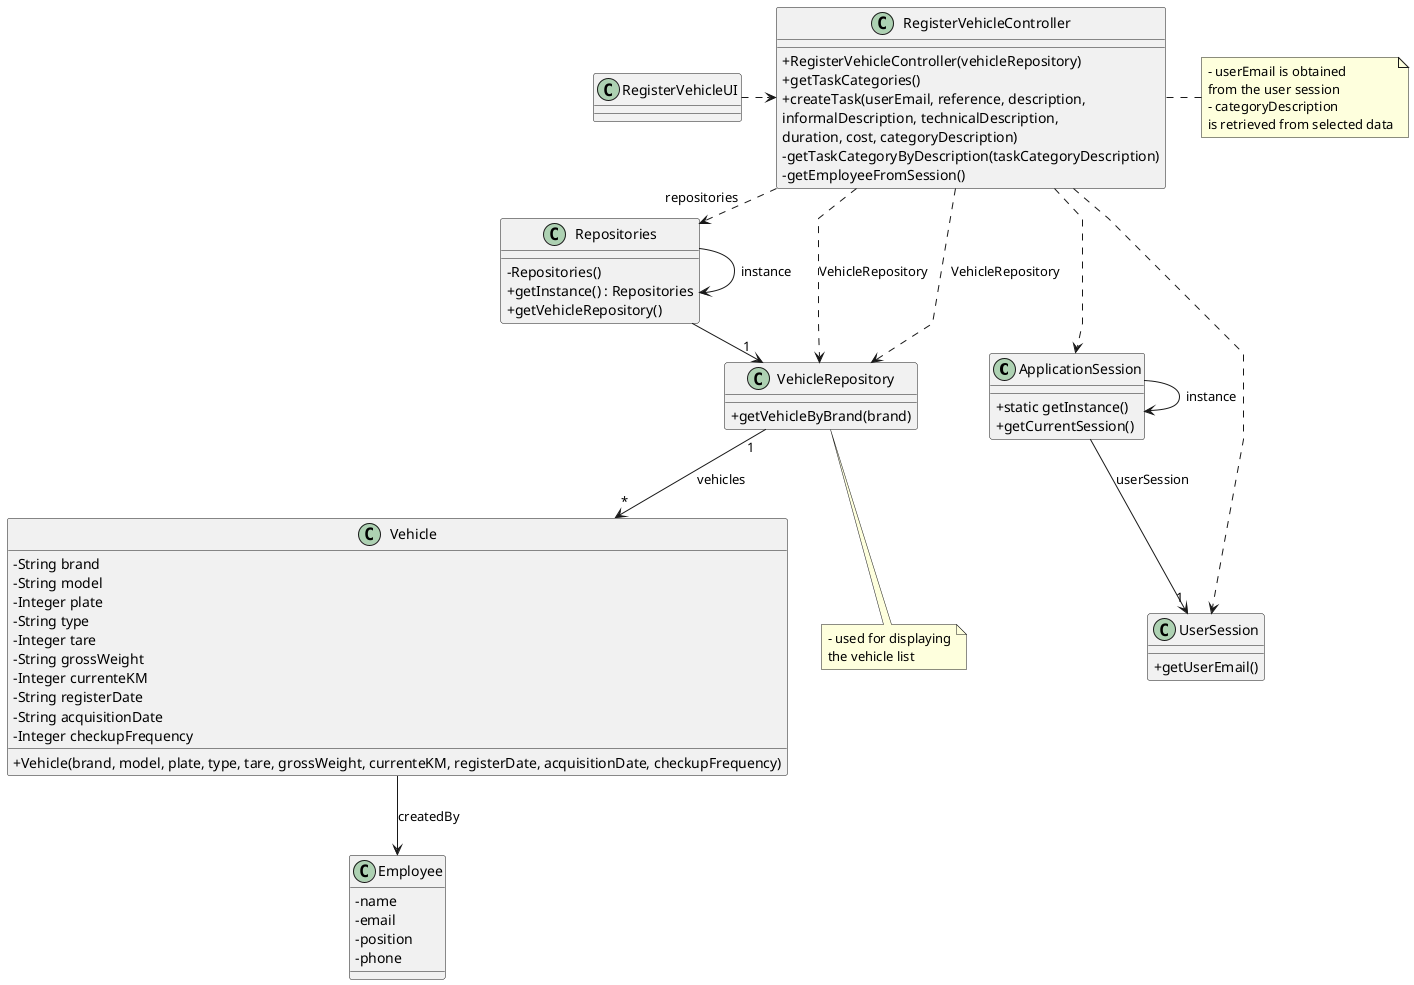
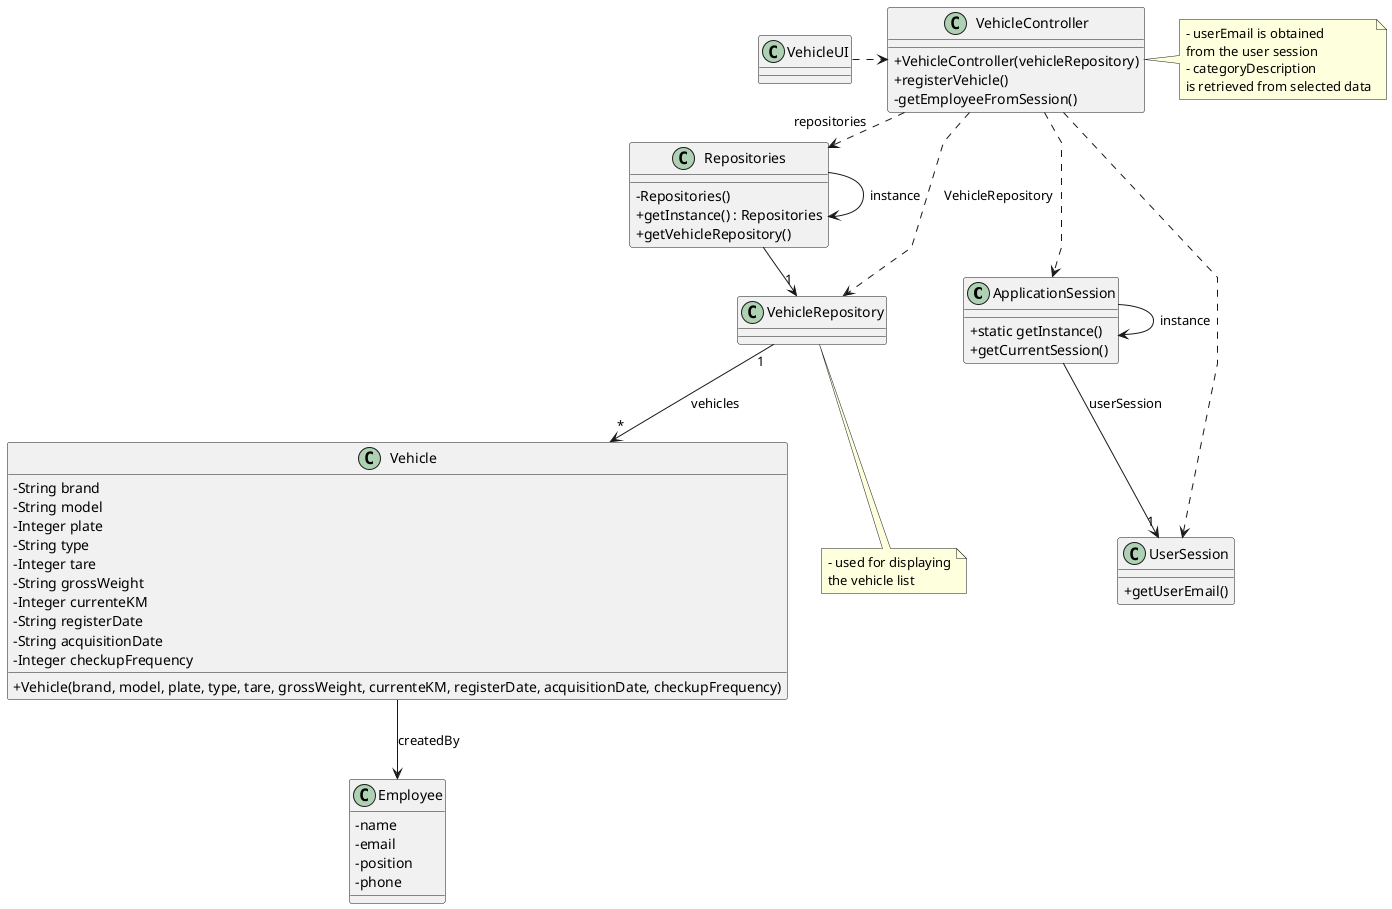
@startuml
'skinparam monochrome true
skinparam packageStyle rectangle
skinparam shadowing false
skinparam linetype polyline
'skinparam linetype orto

skinparam classAttributeIconSize 0

'left to right direction

class ApplicationSession
{
    + static getInstance()
    + getCurrentSession()
}

class UserSession
{
    + getUserEmail()
}

class Employee {
    - name
    - email
    - position
    - phone
}

class Vehicle {
    - String brand
    - String model
    - Integer plate
    - String type
    - Integer tare
    - String grossWeight
    - Integer currenteKM
    - String registerDate
    - String acquisitionDate
    - Integer checkupFrequency

    + Vehicle(brand, model, plate, type, tare, grossWeight, currenteKM, registerDate, acquisitionDate, checkupFrequency)
}



class VehicleRepository {
-     + getVehicleByBrand(brand)
}


class Repositories {
    - Repositories()
    + getInstance() : Repositories
    + getVehicleRepository()
}

- class RegisterVehicleController {
-     + RegisterVehicleController(vehicleRepository)
-     + getTaskCategories()
-     + createTask(userEmail, reference, description,\ninformalDescription, technicalDescription,\nduration, cost, categoryDescription)
-     - getTaskCategoryByDescription(taskCategoryDescription)
+ class VehicleController {
+     + VehicleController(vehicleRepository)
+     + registerVehicle()
    - getEmployeeFromSession()
}

- note right of RegisterVehicleController
+ note right of VehicleController
    - userEmail is obtained
    from the user session
    - categoryDescription
    is retrieved from selected data
end note

note bottom of VehicleRepository
    - used for displaying
    the vehicle list
end note

- class RegisterVehicleUI {
- }
- 
- 
Repositories -> "1" VehicleRepository
Repositories -> Repositories : instance

ApplicationSession -> ApplicationSession : instance
ApplicationSession --> "1" UserSession : userSession

- RegisterVehicleUI .> RegisterVehicleController
+ VehicleUI .> VehicleController

- RegisterVehicleController .> Repositories : repositories
- RegisterVehicleController ..> ApplicationSession
- RegisterVehicleController ..> UserSession
- RegisterVehicleController ..> VehicleRepository : VehicleRepository
- RegisterVehicleController ..> VehicleRepository : VehicleRepository
+ VehicleController .> Repositories : repositories
+ VehicleController ..> ApplicationSession
+ VehicleController ..> UserSession
+ VehicleController ..> VehicleRepository : VehicleRepository

Vehicle --> Employee : createdBy

VehicleRepository "1" --> "*" Vehicle : vehicles

@enduml